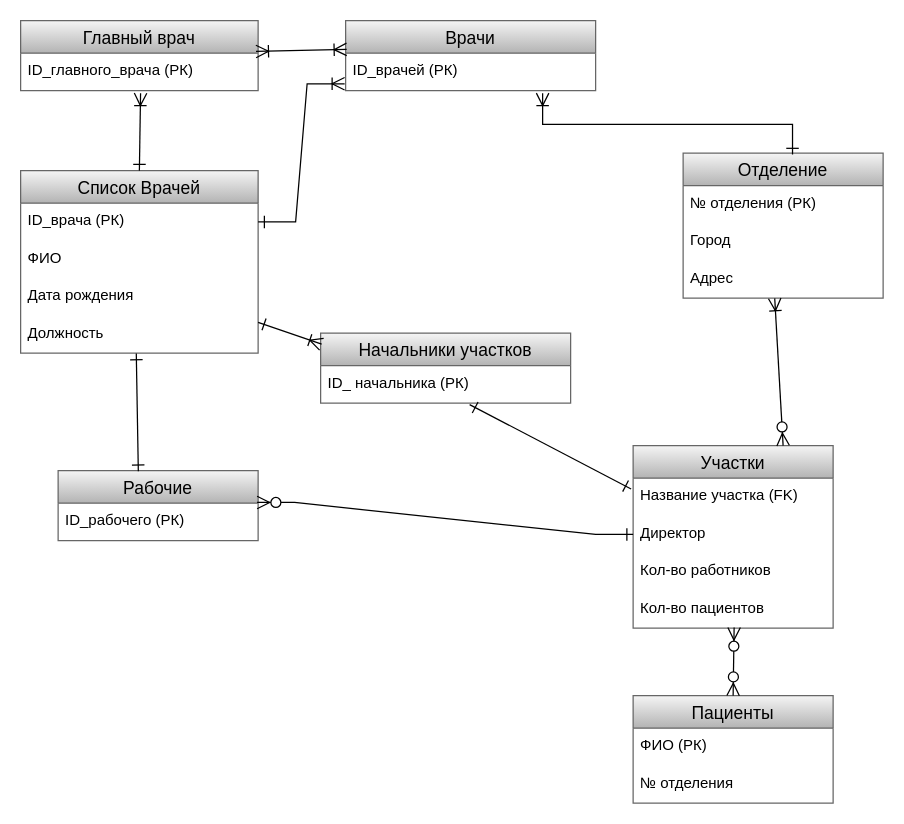
This is Диаграмма без названия.drawio from pathetic01/sql, a draw.io file, before an edit. Source tidied: cells renumbered, new cells numbered last; positions are measured from the earlier drawing's top-left corner, leaving out a move shared by most shapes. Both pictures are drawn from the tidied source at 125%, with x=0, y=0 at pixel (20, 20).
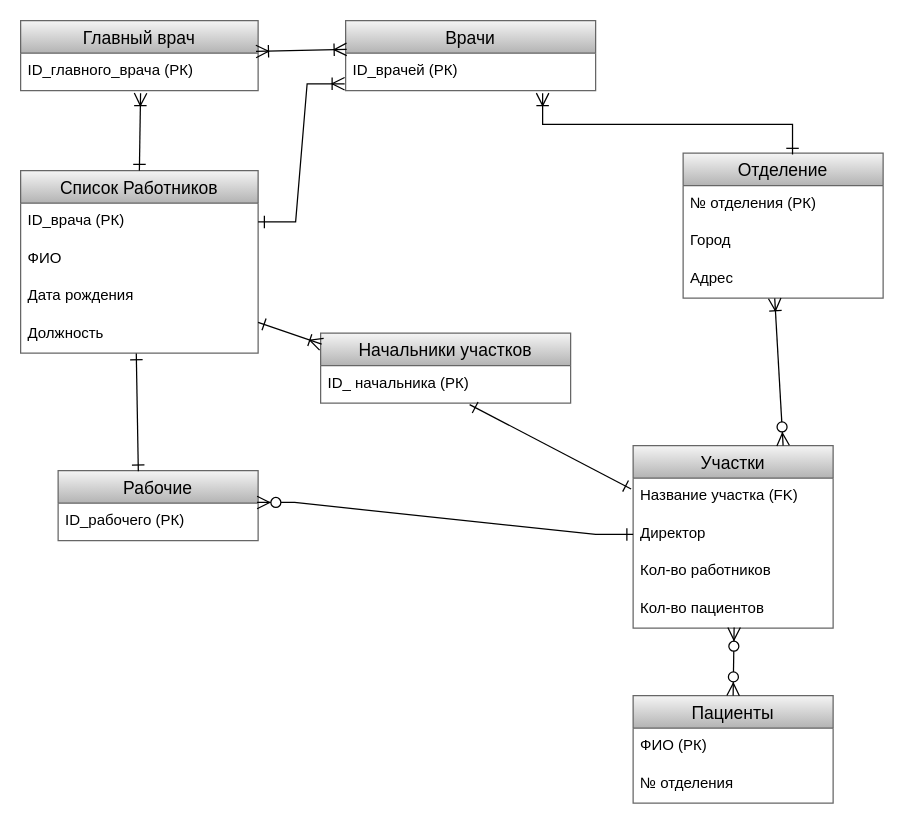
The same page after the edit.

Diff of the diagram source:
```diff
@@
-    <mxCell id="6" value="Список Врачей" style="swimlane;fontStyle=0;horizontal=1;startSize=26;align=center;fontSize=14;fillColor=#f5f5f5;gradientColor=#b3b3b3;strokeColor=#666666;" parent="1" vertex="1">
+    <mxCell id="6" value="Список Работников" style="swimlane;fontStyle=0;horizontal=1;startSize=26;align=center;fontSize=14;fillColor=#f5f5f5;gradientColor=#b3b3b3;strokeColor=#666666;" parent="1" vertex="1">
       <mxGeometry y="120" width="190" height="146" as="geometry" />
     </mxCell>
```
